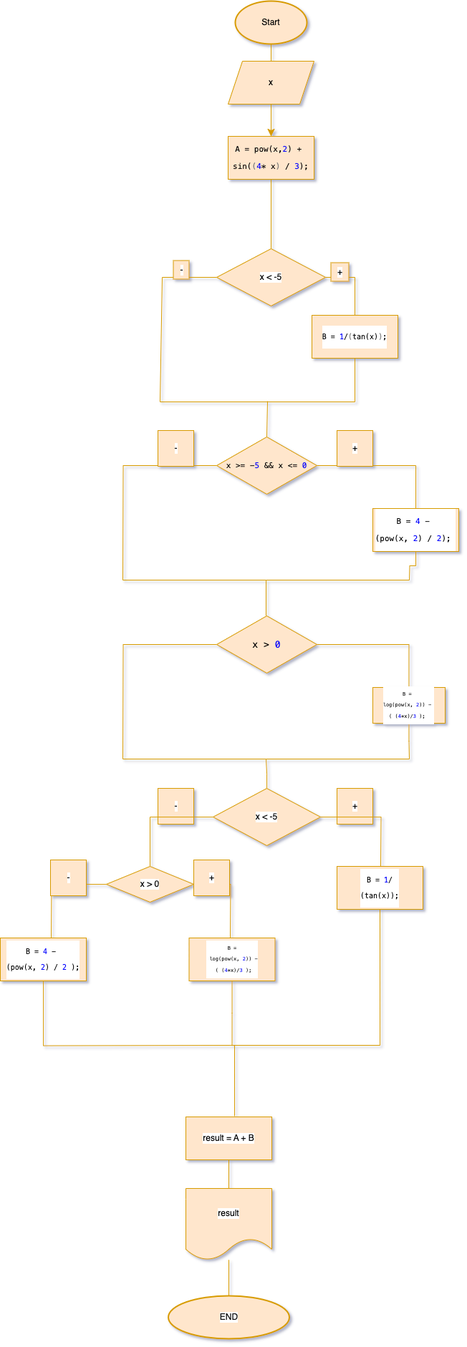
The draw.io diagram blocklab3_1.png in nulpTaras/FlowChartsUml, before a commit. Source tidied: cells renumbered, new cells last; positions are measured from the earlier drawing's top-left corner, leaving out a move shared by most shapes.
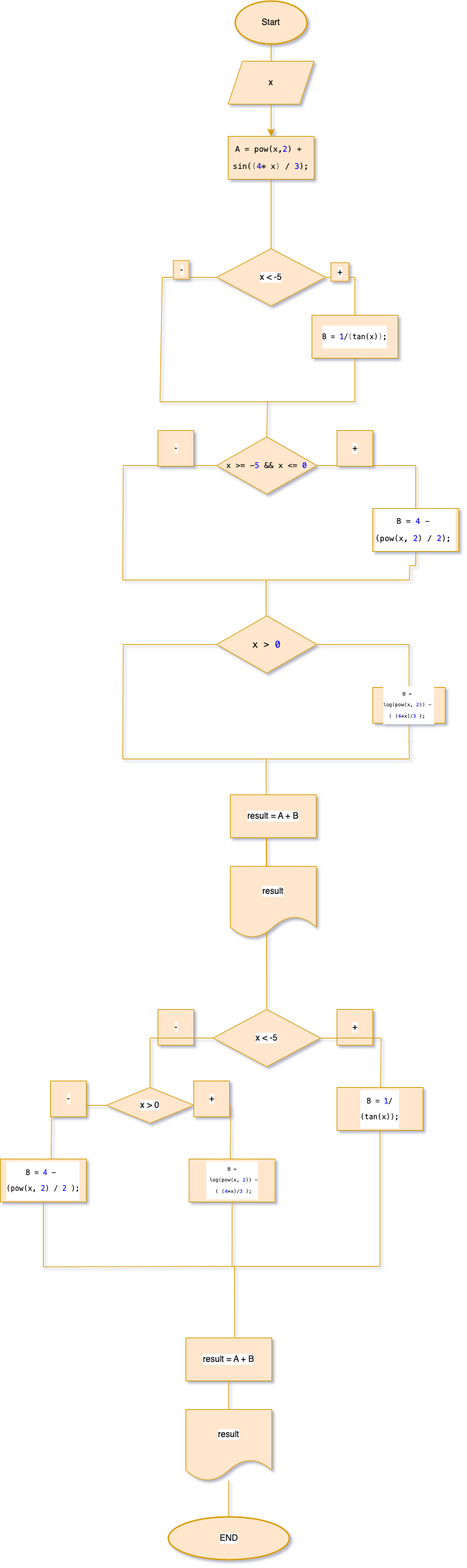
After the change.

Commit message:
rechange first b31 to correct

Diff of the diagram source:
```diff
@@ -141,30 +141,30 @@
       </mxGeometry>
     </mxCell>
     <mxCell id="35" value="+" style="text;html=1;align=center;verticalAlign=middle;strokeColor=#d79b00;fillColor=#ffe6cc;fontSize=12;fontFamily=Helvetica;labelBackgroundColor=default;" parent="1" vertex="1">
-      <mxGeometry x="470" y="1100" width="50" height="50" as="geometry" />
+      <mxGeometry x="470" y="1409" width="50" height="50" as="geometry" />
     </mxCell>
     <mxCell id="36" value="-" style="text;html=1;align=center;verticalAlign=middle;strokeColor=#d79b00;fillColor=#ffe6cc;fontSize=12;fontFamily=Helvetica;labelBackgroundColor=default;" parent="1" vertex="1">
-      <mxGeometry x="220" y="1100" width="50" height="50" as="geometry" />
+      <mxGeometry x="220" y="1409" width="50" height="50" as="geometry" />
     </mxCell>
     <mxCell id="37" style="edgeStyle=orthogonalEdgeStyle;shape=connector;rounded=0;jettySize=auto;html=1;strokeColor=#d79b00;align=center;verticalAlign=middle;fontFamily=Helvetica;fontSize=12;fontColor=#143642;labelBackgroundColor=default;startSize=8;endArrow=none;endFill=0;endSize=8;fillColor=#ffe6cc;" parent="1" edge="1" source="43" target="40">
       <mxGeometry relative="1" as="geometry" />
     </mxCell>
     <mxCell id="38" style="edgeStyle=orthogonalEdgeStyle;shape=connector;rounded=0;jettySize=auto;html=1;strokeColor=#d79b00;align=center;verticalAlign=middle;fontFamily=Helvetica;fontSize=12;fontColor=#143642;labelBackgroundColor=default;startSize=8;endArrow=none;endFill=0;endSize=8;fillColor=#ffe6cc;" parent="1" edge="1" source="40">
       <mxGeometry relative="1" as="geometry">
-        <mxPoint x="321" y="1309" as="targetPoint" />
+        <mxPoint x="321" y="1618" as="targetPoint" />
       </mxGeometry>
     </mxCell>
     <mxCell id="39" style="edgeStyle=orthogonalEdgeStyle;shape=connector;rounded=0;jettySize=auto;html=1;strokeColor=#d79b00;align=center;verticalAlign=middle;fontFamily=Helvetica;fontSize=12;fontColor=#143642;labelBackgroundColor=default;startSize=8;endArrow=none;endFill=0;endSize=8;fillColor=#ffe6cc;" parent="1" edge="1" source="40">
       <mxGeometry relative="1" as="geometry">
-        <mxPoint x="71" y="1309" as="targetPoint" />
+        <mxPoint x="71" y="1618" as="targetPoint" />
       </mxGeometry>
     </mxCell>
     <mxCell id="40" value="x &amp;gt; 0" style="rhombus;whiteSpace=wrap;html=1;fontFamily=Helvetica;fontSize=12;labelBackgroundColor=default;fillColor=#ffe6cc;strokeColor=#d79b00;" parent="1" vertex="1">
-      <mxGeometry x="148" y="1209" width="122" height="50" as="geometry" />
+      <mxGeometry x="148" y="1518" width="122" height="50" as="geometry" />
     </mxCell>
     <mxCell id="41" style="edgeStyle=orthogonalEdgeStyle;shape=connector;rounded=0;jettySize=auto;html=1;strokeColor=#d79b00;align=center;verticalAlign=middle;fontFamily=Helvetica;fontSize=12;fontColor=#143642;labelBackgroundColor=default;startSize=8;endArrow=none;endFill=0;endSize=8;fillColor=#ffe6cc;" parent="1" edge="1" source="43">
       <mxGeometry relative="1" as="geometry">
-        <mxPoint x="531" y="1209" as="targetPoint" />
+        <mxPoint x="531" y="1518" as="targetPoint" />
       </mxGeometry>
     </mxCell>
     <mxCell id="42" style="endArrow=none;html=1;rounded=0;strokeColor=#d79b00;align=center;verticalAlign=middle;fontFamily=Helvetica;fontSize=12;fontColor=#143642;labelBackgroundColor=default;edgeStyle=orthogonalEdgeStyle;startSize=8;endSize=8;fillColor=#ffe6cc;" parent="1" edge="1" target="43">
@@ -173,53 +173,53 @@
       </mxGeometry>
     </mxCell>
     <mxCell id="43" value="x &amp;lt; -5" style="rhombus;whiteSpace=wrap;html=1;fontFamily=Helvetica;fontSize=12;labelBackgroundColor=default;fillColor=#ffe6cc;strokeColor=#d79b00;" parent="1" vertex="1">
-      <mxGeometry x="297" y="1100" width="150" height="80" as="geometry" />
+      <mxGeometry x="297" y="1409" width="150" height="80" as="geometry" />
     </mxCell>
     <mxCell id="44" value="-" style="text;html=1;align=center;verticalAlign=middle;strokeColor=#d79b00;fillColor=#ffe6cc;fontSize=12;fontFamily=Helvetica;labelBackgroundColor=default;" parent="1" vertex="1">
-      <mxGeometry x="70" y="1200" width="50" height="50" as="geometry" />
+      <mxGeometry x="70" y="1509" width="50" height="50" as="geometry" />
     </mxCell>
     <mxCell id="45" value="+" style="text;html=1;align=center;verticalAlign=middle;strokeColor=#d79b00;fillColor=#ffe6cc;fontSize=12;fontFamily=Helvetica;labelBackgroundColor=default;" parent="1" vertex="1">
-      <mxGeometry x="270" y="1200" width="50" height="50" as="geometry" />
+      <mxGeometry x="270" y="1509" width="50" height="50" as="geometry" />
     </mxCell>
     <mxCell id="46" value="&lt;div style=&quot;color: rgb(0, 0, 0); font-size: 10px;&quot;&gt;&lt;pre style=&quot;font-family: &amp;quot;JetBrains Mono&amp;quot;, monospace;&quot;&gt;B = &lt;span style=&quot;color:#0000ff;&quot;&gt;1&lt;/span&gt;/&lt;/pre&gt;&lt;pre style=&quot;font-family: &amp;quot;JetBrains Mono&amp;quot;, monospace;&quot;&gt;(tan(x));&lt;/pre&gt;&lt;/div&gt;" style="rounded=0;whiteSpace=wrap;html=1;fontFamily=Helvetica;fontSize=12;labelBackgroundColor=default;fillColor=#ffe6cc;strokeColor=#d79b00;" parent="1" vertex="1">
-      <mxGeometry x="470" y="1209" width="120" height="60" as="geometry" />
+      <mxGeometry x="470" y="1518" width="120" height="60" as="geometry" />
     </mxCell>
     <mxCell id="47" style="edgeStyle=orthogonalEdgeStyle;shape=connector;rounded=0;jettySize=auto;html=1;strokeColor=#d79b00;align=center;verticalAlign=middle;fontFamily=Helvetica;fontSize=12;fontColor=#143642;labelBackgroundColor=default;startSize=8;endArrow=none;endFill=0;endSize=8;fillColor=#ffe6cc;" parent="1" edge="1" source="48">
       <mxGeometry relative="1" as="geometry">
-        <mxPoint x="323.5" y="1459" as="targetPoint" />
+        <mxPoint x="323.5" y="1768" as="targetPoint" />
       </mxGeometry>
     </mxCell>
     <mxCell id="48" value="&lt;div style=&quot;color: rgb(0, 0, 0); font-size: 7px;&quot;&gt;&lt;pre style=&quot;font-family: &amp;quot;JetBrains Mono&amp;quot;, monospace;&quot;&gt;B =&lt;/pre&gt;&lt;pre style=&quot;font-family: &amp;quot;JetBrains Mono&amp;quot;, monospace;&quot;&gt; log(pow(x, &lt;span style=&quot;color:#0000ff;&quot;&gt;2&lt;/span&gt;)) -&lt;/pre&gt;&lt;pre style=&quot;font-family: &amp;quot;JetBrains Mono&amp;quot;, monospace;&quot;&gt; ( (&lt;span style=&quot;color:#0000ff;&quot;&gt;4&lt;/span&gt;*x)/&lt;span style=&quot;color:#0000ff;&quot;&gt;3 &lt;/span&gt;);&lt;/pre&gt;&lt;/div&gt;" style="rounded=0;whiteSpace=wrap;html=1;fontFamily=Helvetica;fontSize=12;labelBackgroundColor=default;fillColor=#ffe6cc;strokeColor=#d79b00;" parent="1" vertex="1">
-      <mxGeometry x="263.5" y="1309" width="120" height="60" as="geometry" />
+      <mxGeometry x="263.5" y="1618" width="120" height="60" as="geometry" />
     </mxCell>
     <mxCell id="49" value="&lt;div style=&quot;color: rgb(0, 0, 0); font-size: 10px;&quot;&gt;&lt;pre style=&quot;font-family: &amp;quot;JetBrains Mono&amp;quot;, monospace;&quot;&gt;B = &lt;span style=&quot;color:#0000ff;&quot;&gt;4 &lt;/span&gt;- &lt;/pre&gt;&lt;pre style=&quot;font-family: &amp;quot;JetBrains Mono&amp;quot;, monospace;&quot;&gt;(pow(x, &lt;span style=&quot;color:#0000ff;&quot;&gt;2&lt;/span&gt;) / &lt;span style=&quot;color:#0000ff;&quot;&gt;2 &lt;/span&gt;);&lt;/pre&gt;&lt;/div&gt;" style="rounded=0;whiteSpace=wrap;html=1;fontFamily=Helvetica;fontSize=12;labelBackgroundColor=default;fillColor=#ffe6cc;strokeColor=#d79b00;" parent="1" vertex="1">
-      <mxGeometry y="1309" width="120" height="60" as="geometry" />
+      <mxGeometry y="1618" width="120" height="60" as="geometry" />
     </mxCell>
     <mxCell id="50" style="endArrow=none;html=1;rounded=0;strokeColor=#d79b00;align=center;verticalAlign=middle;fontFamily=Helvetica;fontSize=12;fontColor=#143642;labelBackgroundColor=default;edgeStyle=orthogonalEdgeStyle;startSize=8;endSize=8;fillColor=#ffe6cc;" parent="1" edge="1" target="49">
       <mxGeometry relative="1" as="geometry">
-        <mxPoint x="321" y="1459" as="sourcePoint" />
+        <mxPoint x="321" y="1768" as="sourcePoint" />
       </mxGeometry>
     </mxCell>
     <mxCell id="51" style="edgeStyle=orthogonalEdgeStyle;shape=connector;rounded=0;jettySize=auto;html=1;strokeColor=#d79b00;align=center;verticalAlign=middle;fontFamily=Helvetica;fontSize=12;fontColor=#143642;labelBackgroundColor=default;startSize=8;endArrow=none;endFill=0;endSize=8;fillColor=#ffe6cc;" parent="1" edge="1" source="52" target="55">
       <mxGeometry relative="1" as="geometry" />
     </mxCell>
     <mxCell id="52" value="result" style="shape=document;whiteSpace=wrap;html=1;boundedLbl=1;fontFamily=Helvetica;fontSize=12;labelBackgroundColor=default;fillColor=#ffe6cc;strokeColor=#d79b00;" parent="1" vertex="1">
-      <mxGeometry x="259" y="1659" width="120" height="100" as="geometry" />
+      <mxGeometry x="259" y="1968" width="120" height="100" as="geometry" />
     </mxCell>
     <mxCell id="53" style="edgeStyle=orthogonalEdgeStyle;shape=connector;rounded=0;jettySize=auto;html=1;entryX=0.5;entryY=0;entryDx=0;entryDy=0;strokeColor=#d79b00;align=center;verticalAlign=middle;fontFamily=Helvetica;fontSize=12;fontColor=#143642;labelBackgroundColor=default;startSize=8;endArrow=none;endFill=0;endSize=8;fillColor=#ffe6cc;" parent="1" edge="1" source="54" target="52">
       <mxGeometry relative="1" as="geometry" />
     </mxCell>
     <mxCell id="54" value="result = A + B" style="rounded=0;whiteSpace=wrap;html=1;fontFamily=Helvetica;fontSize=12;labelBackgroundColor=default;fillColor=#ffe6cc;strokeColor=#d79b00;" parent="1" vertex="1">
-      <mxGeometry x="259" y="1559" width="120" height="60" as="geometry" />
+      <mxGeometry x="259" y="1868" width="120" height="60" as="geometry" />
     </mxCell>
     <mxCell id="55" value="END" style="strokeWidth=2;html=1;shape=mxgraph.flowchart.start_1;whiteSpace=wrap;fontFamily=Helvetica;fontSize=12;labelBackgroundColor=default;fillColor=#ffe6cc;strokeColor=#d79b00;" parent="1" vertex="1">
-      <mxGeometry x="234.5" y="1809" width="169" height="60" as="geometry" />
+      <mxGeometry x="234.5" y="2118" width="169" height="60" as="geometry" />
     </mxCell>
     <mxCell id="56" style="endArrow=none;html=1;rounded=0;strokeColor=#d79b00;align=center;verticalAlign=middle;fontFamily=Helvetica;fontSize=12;fontColor=#143642;labelBackgroundColor=default;edgeStyle=orthogonalEdgeStyle;startSize=8;endSize=8;fillColor=#ffe6cc;exitX=0.567;exitY=-0.017;exitDx=0;exitDy=0;exitPerimeter=0;" parent="1" edge="1" source="54">
       <mxGeometry relative="1" as="geometry">
-        <mxPoint x="321" y="1459" as="targetPoint" />
+        <mxPoint x="321" y="1768" as="targetPoint" />
         <Array as="points">
-          <mxPoint x="327" y="1459" />
+          <mxPoint x="327" y="1768" />
         </Array>
       </mxGeometry>
     </mxCell>
@@ -228,11 +228,17 @@
     </mxCell>
     <mxCell id="58" style="endArrow=none;html=1;rounded=0;strokeColor=#d79b00;align=center;verticalAlign=middle;fontFamily=Helvetica;fontSize=12;fontColor=#143642;labelBackgroundColor=default;edgeStyle=orthogonalEdgeStyle;startSize=8;endSize=8;fillColor=#ffe6cc;exitX=0.5;exitY=1;exitDx=0;exitDy=0;endFill=0;" parent="1" edge="1" source="46">
       <mxGeometry relative="1" as="geometry">
-        <mxPoint x="321" y="1459" as="targetPoint" />
+        <mxPoint x="321" y="1768" as="targetPoint" />
         <Array as="points">
-          <mxPoint x="530" y="1459" />
+          <mxPoint x="530" y="1768" />
         </Array>
       </mxGeometry>
     </mxCell>
+    <mxCell id="59" value="result" style="shape=document;whiteSpace=wrap;html=1;boundedLbl=1;fontFamily=Helvetica;fontSize=12;labelBackgroundColor=default;fillColor=#ffe6cc;strokeColor=#d79b00;" parent="1" vertex="1">
+      <mxGeometry x="321" y="1209" width="120" height="100" as="geometry" />
+    </mxCell>
+    <mxCell id="60" value="result = A + B" style="rounded=0;whiteSpace=wrap;html=1;fontFamily=Helvetica;fontSize=12;labelBackgroundColor=default;fillColor=#ffe6cc;strokeColor=#d79b00;" parent="1" vertex="1">
+      <mxGeometry x="321" y="1109" width="120" height="60" as="geometry" />
+    </mxCell>
   </root>
 </mxGraphModel>
```
